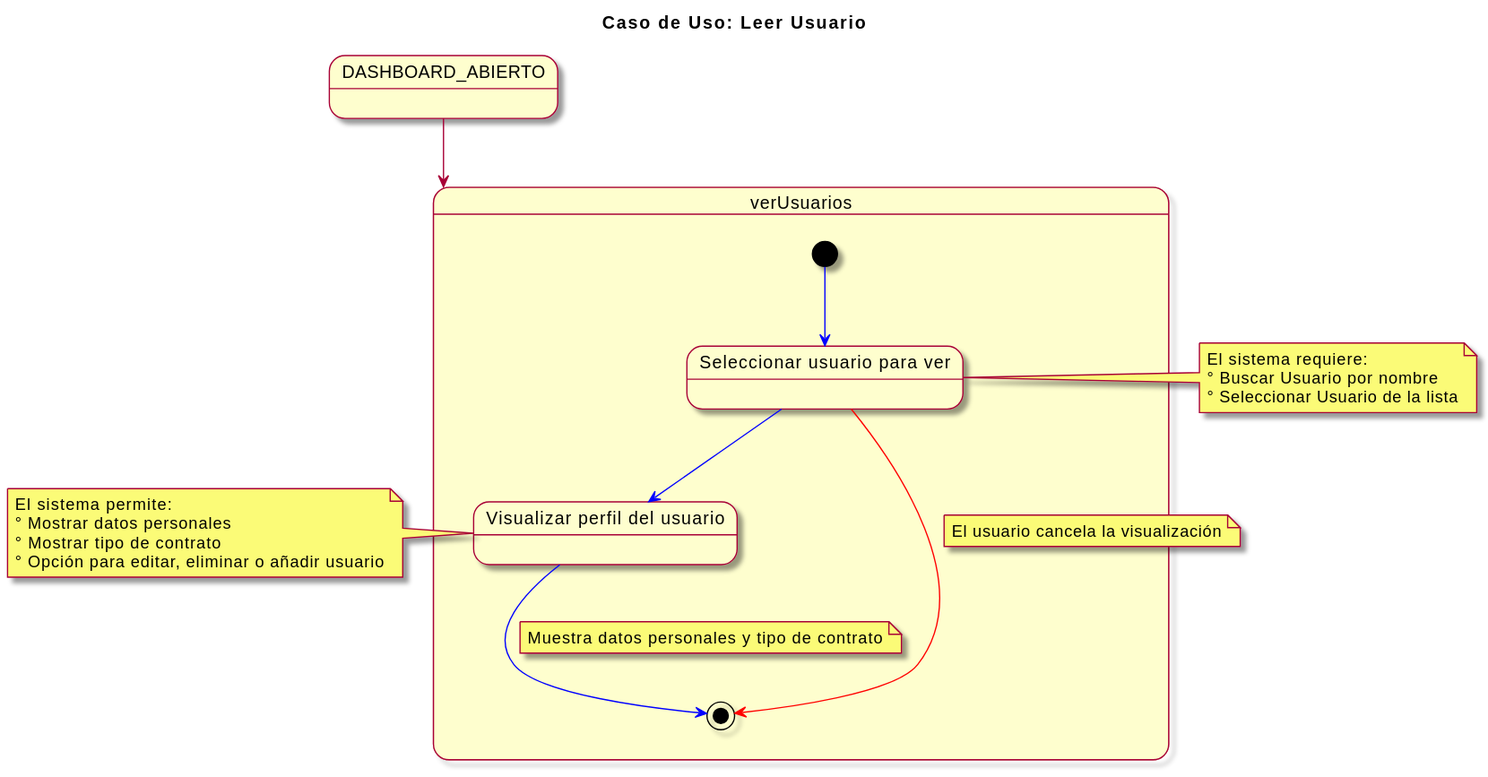
mmasias/23-24-IdSw1-SDR keeps this PlantUML diagram as imagenes/casosDeUso/detalles/verUsuario.svg. Above is the earlier version.
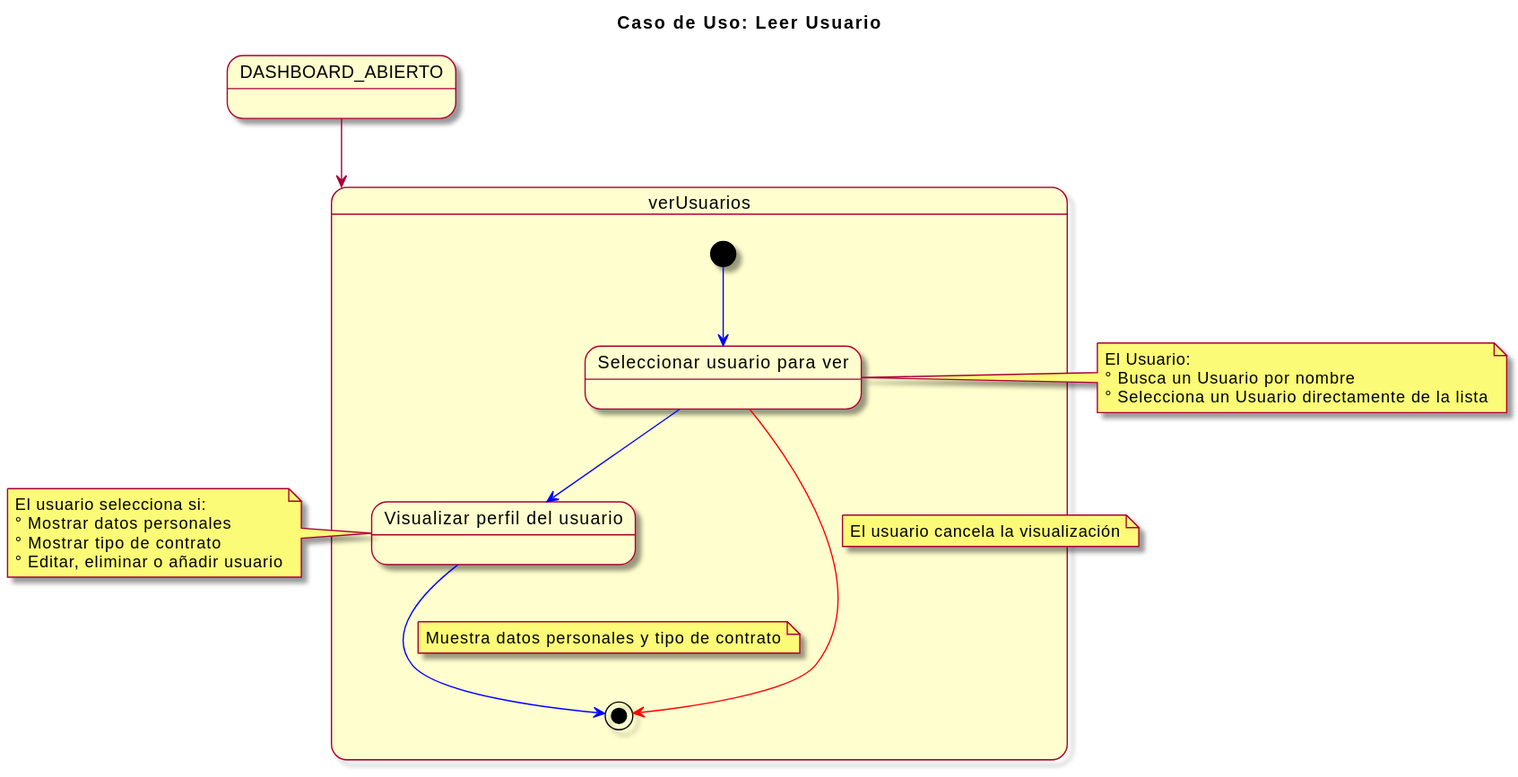
After the change.

What changed in the source:
```diff
@@ -19,15 +19,15 @@
 }
 
 note left of visualizarPerfil
-  El sistema permite:
+  El usuario selecciona si:
   ° Mostrar datos personales
   ° Mostrar tipo de contrato
-  ° Opción para editar, eliminar o añadir usuario
+  ° Editar, eliminar o añadir usuario
 end note
 
 note left of seleccionarUsuario
-  El sistema requiere:
-  ° Buscar Usuario por nombre
-  ° Seleccionar Usuario de la lista
+  El Usuario:
+  ° Busca un Usuario por nombre
+  ° Selecciona un Usuario directamente de la lista
 end note
 @enduml
```
